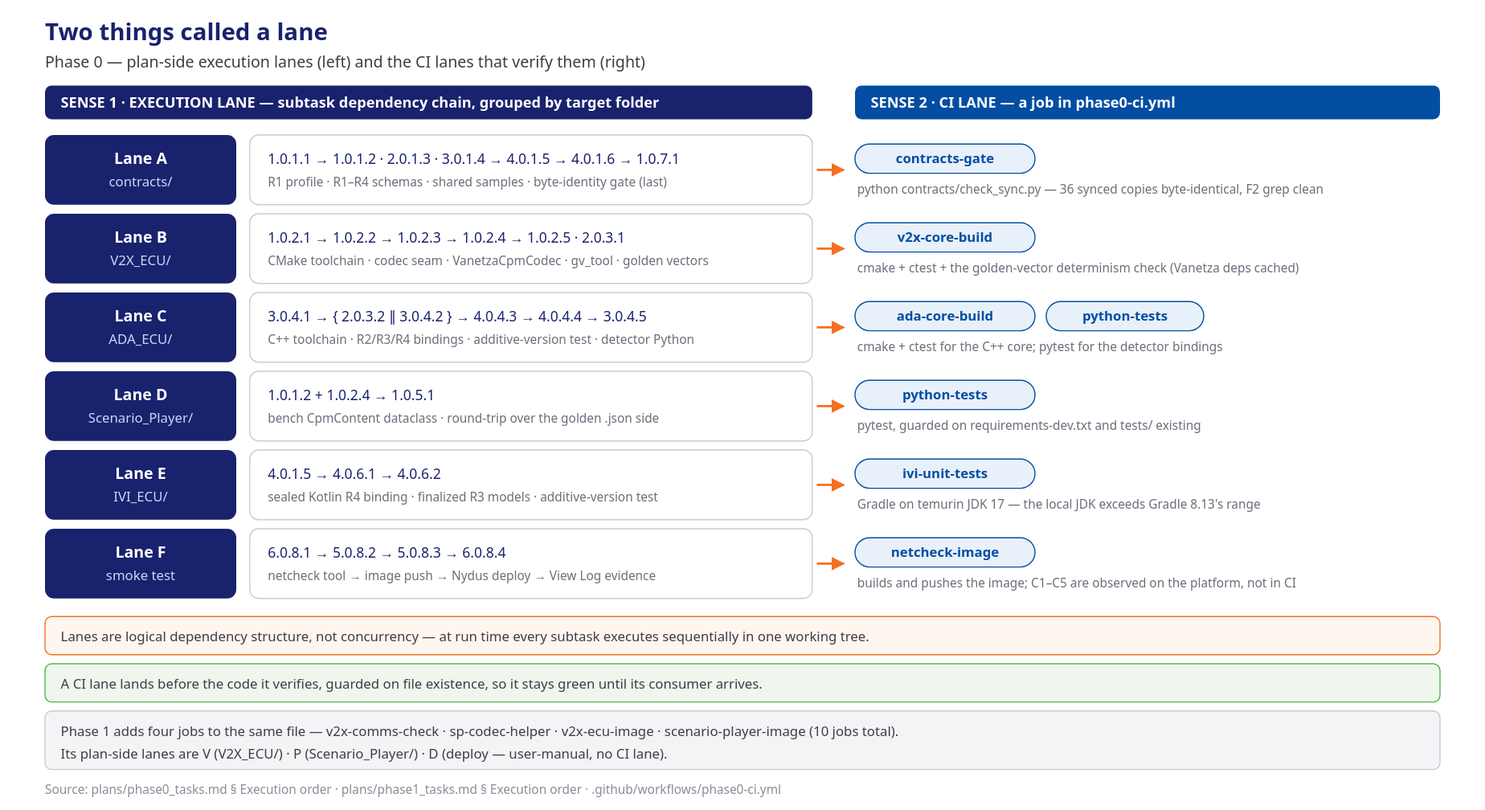
Before: presentation/assets/phase0-lanes.svg, a diagram exported from draw.io (mnpham2101/FPT-Hackathon2026). Source tidied: cells renumbered, new cells last; positions are measured from the earlier drawing's top-left corner, leaving out a move shared by most shapes. The source it was exported from:
```xml
<mxGraphModel>
  <root>
    <mxCell id="0" />
    <mxCell id="1" parent="0" />
    <mxCell id="2" value="Two things called a lane" style="text;html=1;align=left;fontSize=21;fontStyle=1;fontColor=#19226D;" parent="1" vertex="1">
      <mxGeometry width="700" height="26" as="geometry" />
    </mxCell>
    <mxCell id="3" value="Phase 0 — plan-side execution lanes (left) and the CI lanes that verify them (right)" style="text;html=1;align=left;fontSize=14;fontColor=#3d3d46;" parent="1" vertex="1">
      <mxGeometry y="28" width="800" height="20" as="geometry" />
    </mxCell>
    <mxCell id="4" value="SENSE 1 · EXECUTION LANE — subtask dependency chain, grouped by target folder" style="rounded=1;whiteSpace=wrap;html=1;fillColor=#19226D;strokeColor=none;fontColor=#ffffff;fontSize=13;fontStyle=1;align=left;spacingLeft=14;" parent="1" vertex="1">
      <mxGeometry y="60" width="682" height="30" as="geometry" />
    </mxCell>
    <mxCell id="5" value="SENSE 2 · CI LANE — a job in .github/workflows/phase0-ci.yml" style="rounded=1;whiteSpace=wrap;html=1;fillColor=#034EA2;strokeColor=none;fontColor=#ffffff;fontSize=13;fontStyle=1;align=left;spacingLeft=14;" parent="1" vertex="1">
      <mxGeometry x="720" y="60" width="520" height="30" as="geometry" />
    </mxCell>
    <mxCell id="6" value="Lane A&lt;br&gt;&lt;font color=&quot;#cdd6f7&quot; style=&quot;font-size:12px&quot;&gt;contracts/&lt;/font&gt;" style="rounded=1;whiteSpace=wrap;html=1;fillColor=#19226D;strokeColor=none;fontColor=#ffffff;fontSize=14;fontStyle=1;" parent="1" vertex="1">
      <mxGeometry y="104" width="170" height="62" as="geometry" />
    </mxCell>
    <mxCell id="7" value="Lane B&lt;br&gt;&lt;font color=&quot;#cdd6f7&quot; style=&quot;font-size:12px&quot;&gt;V2X_ECU/&lt;/font&gt;" style="rounded=1;whiteSpace=wrap;html=1;fillColor=#19226D;strokeColor=none;fontColor=#ffffff;fontSize=14;fontStyle=1;" parent="1" vertex="1">
      <mxGeometry y="174" width="170" height="62" as="geometry" />
    </mxCell>
    <mxCell id="8" value="Lane C&lt;br&gt;&lt;font color=&quot;#cdd6f7&quot; style=&quot;font-size:12px&quot;&gt;ADA_ECU/&lt;/font&gt;" style="rounded=1;whiteSpace=wrap;html=1;fillColor=#19226D;strokeColor=none;fontColor=#ffffff;fontSize=14;fontStyle=1;" parent="1" vertex="1">
      <mxGeometry y="244" width="170" height="62" as="geometry" />
    </mxCell>
    <mxCell id="9" value="Lane D&lt;br&gt;&lt;font color=&quot;#cdd6f7&quot; style=&quot;font-size:12px&quot;&gt;Scenario_Player/&lt;/font&gt;" style="rounded=1;whiteSpace=wrap;html=1;fillColor=#19226D;strokeColor=none;fontColor=#ffffff;fontSize=14;fontStyle=1;" parent="1" vertex="1">
      <mxGeometry y="314" width="170" height="62" as="geometry" />
    </mxCell>
    <mxCell id="10" value="Lane E&lt;br&gt;&lt;font color=&quot;#cdd6f7&quot; style=&quot;font-size:12px&quot;&gt;IVI_ECU/&lt;/font&gt;" style="rounded=1;whiteSpace=wrap;html=1;fillColor=#19226D;strokeColor=none;fontColor=#ffffff;fontSize=14;fontStyle=1;" parent="1" vertex="1">
      <mxGeometry y="384" width="170" height="62" as="geometry" />
    </mxCell>
    <mxCell id="11" value="Lane F&lt;br&gt;&lt;font color=&quot;#cdd6f7&quot; style=&quot;font-size:12px&quot;&gt;smoke test&lt;/font&gt;" style="rounded=1;whiteSpace=wrap;html=1;fillColor=#19226D;strokeColor=none;fontColor=#ffffff;fontSize=14;fontStyle=1;" parent="1" vertex="1">
      <mxGeometry y="454" width="170" height="62" as="geometry" />
    </mxCell>
    <mxCell id="12" value="1.0.1.1 → 1.0.1.2 · 2.0.1.3 · 3.0.1.4 → 4.0.1.5 → 4.0.1.6 → 1.0.7.1&lt;br&gt;&lt;font color=&quot;#6b6e7b&quot; style=&quot;font-size:11px&quot;&gt;R1 profile · R1–R4 schemas · shared samples · byte-identity gate (last)&lt;/font&gt;" style="rounded=1;whiteSpace=wrap;html=1;fillColor=#ffffff;strokeColor=#c9cbd6;fontColor=#19226D;fontSize=12;" parent="1" vertex="1">
      <mxGeometry x="182" y="104" width="500" height="62" as="geometry" />
    </mxCell>
    <mxCell id="13" value="1.0.2.1 → 1.0.2.2 → 1.0.2.3 → 1.0.2.4 → 1.0.2.5 · 2.0.3.1&lt;br&gt;&lt;font color=&quot;#6b6e7b&quot; style=&quot;font-size:11px&quot;&gt;CMake toolchain · codec seam · VanetzaCpmCodec · gv_tool · golden vectors&lt;/font&gt;" style="rounded=1;whiteSpace=wrap;html=1;fillColor=#ffffff;strokeColor=#c9cbd6;fontColor=#19226D;fontSize=12;" parent="1" vertex="1">
      <mxGeometry x="182" y="174" width="500" height="62" as="geometry" />
    </mxCell>
    <mxCell id="14" value="3.0.4.1 → { 2.0.3.2 ∥ 3.0.4.2 } → 4.0.4.3 → 4.0.4.4 → 3.0.4.5&lt;br&gt;&lt;font color=&quot;#6b6e7b&quot; style=&quot;font-size:11px&quot;&gt;C++ toolchain · R2/R3/R4 bindings · additive-version test · detector Python&lt;/font&gt;" style="rounded=1;whiteSpace=wrap;html=1;fillColor=#ffffff;strokeColor=#c9cbd6;fontColor=#19226D;fontSize=12;" parent="1" vertex="1">
      <mxGeometry x="182" y="244" width="500" height="62" as="geometry" />
    </mxCell>
    <mxCell id="15" value="1.0.1.2 + 1.0.2.4 → 1.0.5.1&lt;br&gt;&lt;font color=&quot;#6b6e7b&quot; style=&quot;font-size:11px&quot;&gt;bench CpmContent dataclass · round-trip over the golden .json side&lt;/font&gt;" style="rounded=1;whiteSpace=wrap;html=1;fillColor=#ffffff;strokeColor=#c9cbd6;fontColor=#19226D;fontSize=12;" parent="1" vertex="1">
      <mxGeometry x="182" y="314" width="500" height="62" as="geometry" />
    </mxCell>
    <mxCell id="16" value="4.0.1.5 → 4.0.6.1 → 4.0.6.2&lt;br&gt;&lt;font color=&quot;#6b6e7b&quot; style=&quot;font-size:11px&quot;&gt;sealed Kotlin R4 binding · finalized R3 models · additive-version test&lt;/font&gt;" style="rounded=1;whiteSpace=wrap;html=1;fillColor=#ffffff;strokeColor=#c9cbd6;fontColor=#19226D;fontSize=12;" parent="1" vertex="1">
      <mxGeometry x="182" y="384" width="500" height="62" as="geometry" />
    </mxCell>
    <mxCell id="17" value="6.0.8.1 → 5.0.8.2 → 5.0.8.3 → 6.0.8.4&lt;br&gt;&lt;font color=&quot;#6b6e7b&quot; style=&quot;font-size:11px&quot;&gt;netcheck tool → image push → Nydus deploy → View Log evidence&lt;/font&gt;" style="rounded=1;whiteSpace=wrap;html=1;fillColor=#ffffff;strokeColor=#c9cbd6;fontColor=#19226D;fontSize=12;" parent="1" vertex="1">
      <mxGeometry x="182" y="454" width="500" height="62" as="geometry" />
    </mxCell>
    <mxCell id="18" value="verified by" style="endArrow=classic;html=1;strokeColor=#F37021;strokeWidth=2;fontSize=10;fontColor=#F37021;" parent="1" edge="1">
      <mxGeometry relative="1" as="geometry">
        <mxPoint x="686" y="135" as="sourcePoint" />
        <mxPoint x="716" y="135" as="targetPoint" />
      </mxGeometry>
    </mxCell>
    <mxCell id="19" style="endArrow=classic;html=1;strokeColor=#F37021;strokeWidth=2;" parent="1" edge="1">
      <mxGeometry relative="1" as="geometry">
        <mxPoint x="686" y="205" as="sourcePoint" />
        <mxPoint x="716" y="205" as="targetPoint" />
      </mxGeometry>
    </mxCell>
    <mxCell id="20" style="endArrow=classic;html=1;strokeColor=#F37021;strokeWidth=2;" parent="1" edge="1">
      <mxGeometry relative="1" as="geometry">
        <mxPoint x="686" y="275" as="sourcePoint" />
        <mxPoint x="716" y="275" as="targetPoint" />
      </mxGeometry>
    </mxCell>
    <mxCell id="21" style="endArrow=classic;html=1;strokeColor=#F37021;strokeWidth=2;" parent="1" edge="1">
      <mxGeometry relative="1" as="geometry">
        <mxPoint x="686" y="345" as="sourcePoint" />
        <mxPoint x="716" y="345" as="targetPoint" />
      </mxGeometry>
    </mxCell>
    <mxCell id="22" style="endArrow=classic;html=1;strokeColor=#F37021;strokeWidth=2;" parent="1" edge="1">
      <mxGeometry relative="1" as="geometry">
        <mxPoint x="686" y="415" as="sourcePoint" />
        <mxPoint x="716" y="415" as="targetPoint" />
      </mxGeometry>
    </mxCell>
    <mxCell id="23" style="endArrow=classic;html=1;strokeColor=#F37021;strokeWidth=2;" parent="1" edge="1">
      <mxGeometry relative="1" as="geometry">
        <mxPoint x="686" y="485" as="sourcePoint" />
        <mxPoint x="716" y="485" as="targetPoint" />
      </mxGeometry>
    </mxCell>
    <mxCell id="24" value="contracts-gate" style="rounded=1;arcSize=50;whiteSpace=wrap;html=1;fillColor=#e8f0fa;strokeColor=#034EA2;fontColor=#034EA2;fontSize=12;fontStyle=1;" parent="1" vertex="1">
      <mxGeometry x="720" y="112" width="160" height="26" as="geometry" />
    </mxCell>
    <mxCell id="25" value="python contracts/check_sync.py — 36 synced copies byte-identical, F2 grep clean" style="text;html=1;align=left;fontSize=11;fontColor=#6b6e7b;" parent="1" vertex="1">
      <mxGeometry x="722" y="142" width="518" height="18" as="geometry" />
    </mxCell>
    <mxCell id="26" value="v2x-core-build" style="rounded=1;arcSize=50;whiteSpace=wrap;html=1;fillColor=#e8f0fa;strokeColor=#034EA2;fontColor=#034EA2;fontSize=12;fontStyle=1;" parent="1" vertex="1">
      <mxGeometry x="720" y="182" width="160" height="26" as="geometry" />
    </mxCell>
    <mxCell id="27" value="cmake + ctest + the golden-vector determinism check (Vanetza deps cached)" style="text;html=1;align=left;fontSize=11;fontColor=#6b6e7b;" parent="1" vertex="1">
      <mxGeometry x="722" y="212" width="518" height="18" as="geometry" />
    </mxCell>
    <mxCell id="28" value="ada-core-build" style="rounded=1;arcSize=50;whiteSpace=wrap;html=1;fillColor=#e8f0fa;strokeColor=#034EA2;fontColor=#034EA2;fontSize=12;fontStyle=1;" parent="1" vertex="1">
      <mxGeometry x="720" y="252" width="160" height="26" as="geometry" />
    </mxCell>
    <mxCell id="29" value="python-tests" style="rounded=1;arcSize=50;whiteSpace=wrap;html=1;fillColor=#e8f0fa;strokeColor=#034EA2;fontColor=#034EA2;fontSize=12;fontStyle=1;" parent="1" vertex="1">
      <mxGeometry x="890" y="252" width="140" height="26" as="geometry" />
    </mxCell>
    <mxCell id="30" value="cmake + ctest for the C++ core; pytest for the detector bindings" style="text;html=1;align=left;fontSize=11;fontColor=#6b6e7b;" parent="1" vertex="1">
      <mxGeometry x="722" y="282" width="518" height="18" as="geometry" />
    </mxCell>
    <mxCell id="31" value="python-tests" style="rounded=1;arcSize=50;whiteSpace=wrap;html=1;fillColor=#e8f0fa;strokeColor=#034EA2;fontColor=#034EA2;fontSize=12;fontStyle=1;" parent="1" vertex="1">
      <mxGeometry x="720" y="322" width="160" height="26" as="geometry" />
    </mxCell>
    <mxCell id="32" value="pytest, guarded on requirements-dev.txt and tests/ existing" style="text;html=1;align=left;fontSize=11;fontColor=#6b6e7b;" parent="1" vertex="1">
      <mxGeometry x="722" y="352" width="518" height="18" as="geometry" />
    </mxCell>
    <mxCell id="33" value="ivi-unit-tests" style="rounded=1;arcSize=50;whiteSpace=wrap;html=1;fillColor=#e8f0fa;strokeColor=#034EA2;fontColor=#034EA2;fontSize=12;fontStyle=1;" parent="1" vertex="1">
      <mxGeometry x="720" y="392" width="160" height="26" as="geometry" />
    </mxCell>
    <mxCell id="34" value="Gradle on temurin JDK 17 — the local JDK exceeds Gradle 8.13's range" style="text;html=1;align=left;fontSize=11;fontColor=#6b6e7b;" parent="1" vertex="1">
      <mxGeometry x="722" y="422" width="518" height="18" as="geometry" />
    </mxCell>
    <mxCell id="35" value="netcheck-image" style="rounded=1;arcSize=50;whiteSpace=wrap;html=1;fillColor=#e8f0fa;strokeColor=#034EA2;fontColor=#034EA2;fontSize=12;fontStyle=1;" parent="1" vertex="1">
      <mxGeometry x="720" y="462" width="160" height="26" as="geometry" />
    </mxCell>
    <mxCell id="36" value="builds and pushes the image; C1–C5 are observed on the platform, not in CI" style="text;html=1;align=left;fontSize=11;fontColor=#6b6e7b;" parent="1" vertex="1">
      <mxGeometry x="722" y="492" width="518" height="18" as="geometry" />
    </mxCell>
    <mxCell id="37" value="Lanes are logical dependency structure, not concurrency — at run time every subtask executes sequentially in one working tree." style="rounded=1;whiteSpace=wrap;html=1;fillColor=#fff6ef;strokeColor=#F37021;fontColor=#3d3d46;fontSize=12;align=left;spacingLeft=14;" parent="1" vertex="1">
      <mxGeometry y="532" width="1240" height="34" as="geometry" />
    </mxCell>
    <mxCell id="38" value="A CI lane lands before the code it verifies, guarded on file existence, so it stays green until its consumer arrives." style="rounded=1;whiteSpace=wrap;html=1;fillColor=#eef6ee;strokeColor=#50B848;fontColor=#3d3d46;fontSize=12;align=left;spacingLeft=14;" parent="1" vertex="1">
      <mxGeometry y="574" width="1240" height="34" as="geometry" />
    </mxCell>
    <mxCell id="39" value="Phase 1 adds four jobs to the same file — v2x-comms-check · sp-codec-helper · v2x-ecu-image · scenario-player-image (10 jobs total).&lt;br&gt;Its plan-side lanes are V (V2X_ECU/) · P (Scenario_Player/) · D (deploy — user-manual, no CI lane)." style="rounded=1;whiteSpace=wrap;html=1;fillColor=#f4f4f6;strokeColor=#c9cbd6;fontColor=#3d3d46;fontSize=12;align=left;spacingLeft=14;" parent="1" vertex="1">
      <mxGeometry y="616" width="1240" height="52" as="geometry" />
    </mxCell>
  </root>
</mxGraphModel>
```
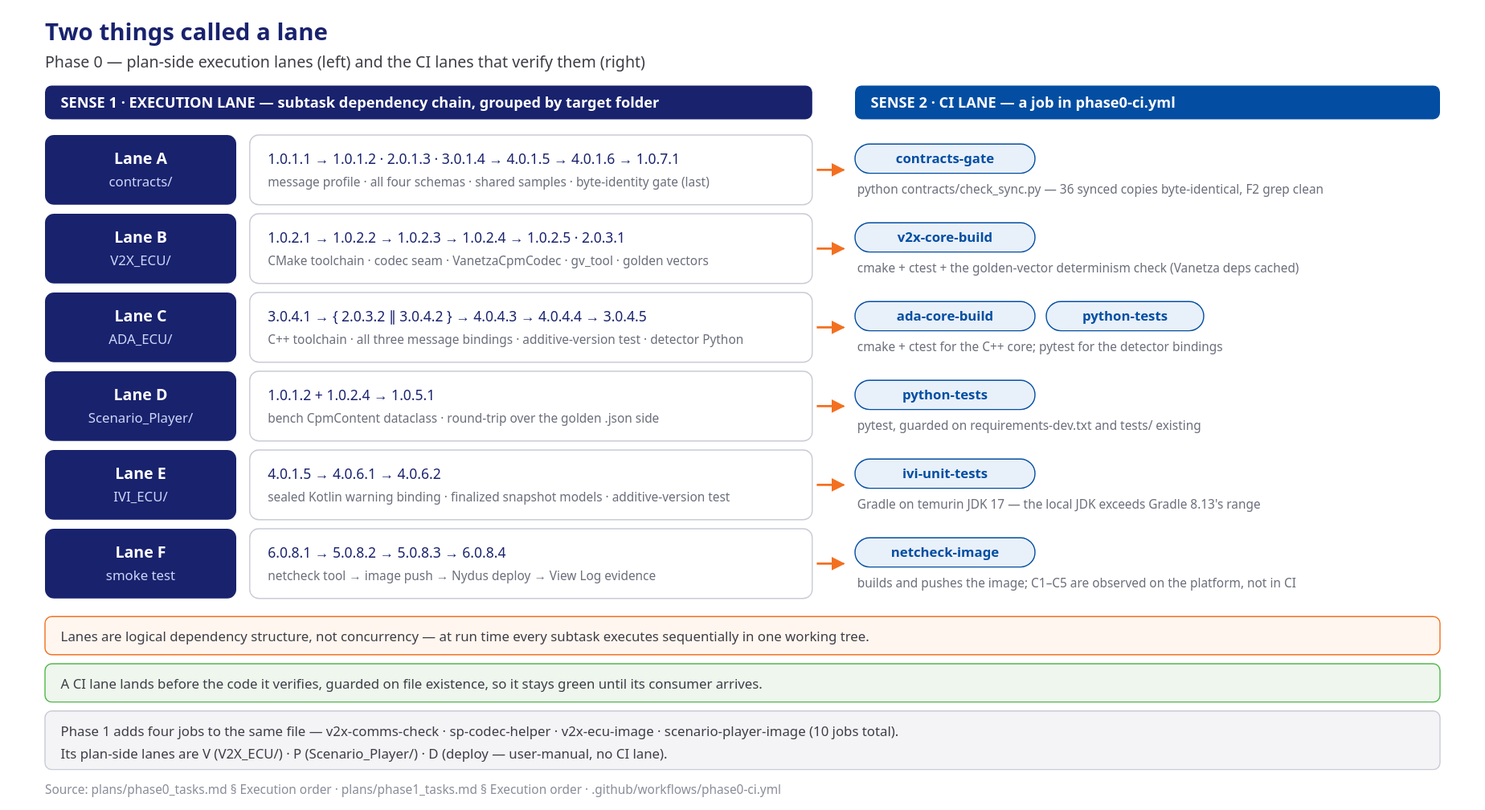
Above is the later version.

What changed in the source:
```diff
@@ -32,19 +32,19 @@
     <mxCell id="11" value="Lane F&lt;br&gt;&lt;font color=&quot;#cdd6f7&quot; style=&quot;font-size:12px&quot;&gt;smoke test&lt;/font&gt;" style="rounded=1;whiteSpace=wrap;html=1;fillColor=#19226D;strokeColor=none;fontColor=#ffffff;fontSize=14;fontStyle=1;" parent="1" vertex="1">
       <mxGeometry y="454" width="170" height="62" as="geometry" />
     </mxCell>
-    <mxCell id="12" value="1.0.1.1 → 1.0.1.2 · 2.0.1.3 · 3.0.1.4 → 4.0.1.5 → 4.0.1.6 → 1.0.7.1&lt;br&gt;&lt;font color=&quot;#6b6e7b&quot; style=&quot;font-size:11px&quot;&gt;R1 profile · R1–R4 schemas · shared samples · byte-identity gate (last)&lt;/font&gt;" style="rounded=1;whiteSpace=wrap;html=1;fillColor=#ffffff;strokeColor=#c9cbd6;fontColor=#19226D;fontSize=12;" parent="1" vertex="1">
+    <mxCell id="12" value="1.0.1.1 → 1.0.1.2 · 2.0.1.3 · 3.0.1.4 → 4.0.1.5 → 4.0.1.6 → 1.0.7.1&lt;br&gt;&lt;font color=&quot;#6b6e7b&quot; style=&quot;font-size:11px&quot;&gt;message profile · all four schemas · shared samples · byte-identity gate (last)&lt;/font&gt;" style="rounded=1;whiteSpace=wrap;html=1;fillColor=#ffffff;strokeColor=#c9cbd6;fontColor=#19226D;fontSize=12;" parent="1" vertex="1">
       <mxGeometry x="182" y="104" width="500" height="62" as="geometry" />
     </mxCell>
     <mxCell id="13" value="1.0.2.1 → 1.0.2.2 → 1.0.2.3 → 1.0.2.4 → 1.0.2.5 · 2.0.3.1&lt;br&gt;&lt;font color=&quot;#6b6e7b&quot; style=&quot;font-size:11px&quot;&gt;CMake toolchain · codec seam · VanetzaCpmCodec · gv_tool · golden vectors&lt;/font&gt;" style="rounded=1;whiteSpace=wrap;html=1;fillColor=#ffffff;strokeColor=#c9cbd6;fontColor=#19226D;fontSize=12;" parent="1" vertex="1">
       <mxGeometry x="182" y="174" width="500" height="62" as="geometry" />
     </mxCell>
-    <mxCell id="14" value="3.0.4.1 → { 2.0.3.2 ∥ 3.0.4.2 } → 4.0.4.3 → 4.0.4.4 → 3.0.4.5&lt;br&gt;&lt;font color=&quot;#6b6e7b&quot; style=&quot;font-size:11px&quot;&gt;C++ toolchain · R2/R3/R4 bindings · additive-version test · detector Python&lt;/font&gt;" style="rounded=1;whiteSpace=wrap;html=1;fillColor=#ffffff;strokeColor=#c9cbd6;fontColor=#19226D;fontSize=12;" parent="1" vertex="1">
+    <mxCell id="14" value="3.0.4.1 → { 2.0.3.2 ∥ 3.0.4.2 } → 4.0.4.3 → 4.0.4.4 → 3.0.4.5&lt;br&gt;&lt;font color=&quot;#6b6e7b&quot; style=&quot;font-size:11px&quot;&gt;C++ toolchain · all three message bindings · additive-version test · detector Python&lt;/font&gt;" style="rounded=1;whiteSpace=wrap;html=1;fillColor=#ffffff;strokeColor=#c9cbd6;fontColor=#19226D;fontSize=12;" parent="1" vertex="1">
       <mxGeometry x="182" y="244" width="500" height="62" as="geometry" />
     </mxCell>
     <mxCell id="15" value="1.0.1.2 + 1.0.2.4 → 1.0.5.1&lt;br&gt;&lt;font color=&quot;#6b6e7b&quot; style=&quot;font-size:11px&quot;&gt;bench CpmContent dataclass · round-trip over the golden .json side&lt;/font&gt;" style="rounded=1;whiteSpace=wrap;html=1;fillColor=#ffffff;strokeColor=#c9cbd6;fontColor=#19226D;fontSize=12;" parent="1" vertex="1">
       <mxGeometry x="182" y="314" width="500" height="62" as="geometry" />
     </mxCell>
-    <mxCell id="16" value="4.0.1.5 → 4.0.6.1 → 4.0.6.2&lt;br&gt;&lt;font color=&quot;#6b6e7b&quot; style=&quot;font-size:11px&quot;&gt;sealed Kotlin R4 binding · finalized R3 models · additive-version test&lt;/font&gt;" style="rounded=1;whiteSpace=wrap;html=1;fillColor=#ffffff;strokeColor=#c9cbd6;fontColor=#19226D;fontSize=12;" parent="1" vertex="1">
+    <mxCell id="16" value="4.0.1.5 → 4.0.6.1 → 4.0.6.2&lt;br&gt;&lt;font color=&quot;#6b6e7b&quot; style=&quot;font-size:11px&quot;&gt;sealed Kotlin warning binding · finalized snapshot models · additive-version test&lt;/font&gt;" style="rounded=1;whiteSpace=wrap;html=1;fillColor=#ffffff;strokeColor=#c9cbd6;fontColor=#19226D;fontSize=12;" parent="1" vertex="1">
       <mxGeometry x="182" y="384" width="500" height="62" as="geometry" />
     </mxCell>
     <mxCell id="17" value="6.0.8.1 → 5.0.8.2 → 5.0.8.3 → 6.0.8.4&lt;br&gt;&lt;font color=&quot;#6b6e7b&quot; style=&quot;font-size:11px&quot;&gt;netcheck tool → image push → Nydus deploy → View Log evidence&lt;/font&gt;" style="rounded=1;whiteSpace=wrap;html=1;fillColor=#ffffff;strokeColor=#c9cbd6;fontColor=#19226D;fontSize=12;" parent="1" vertex="1">
```
